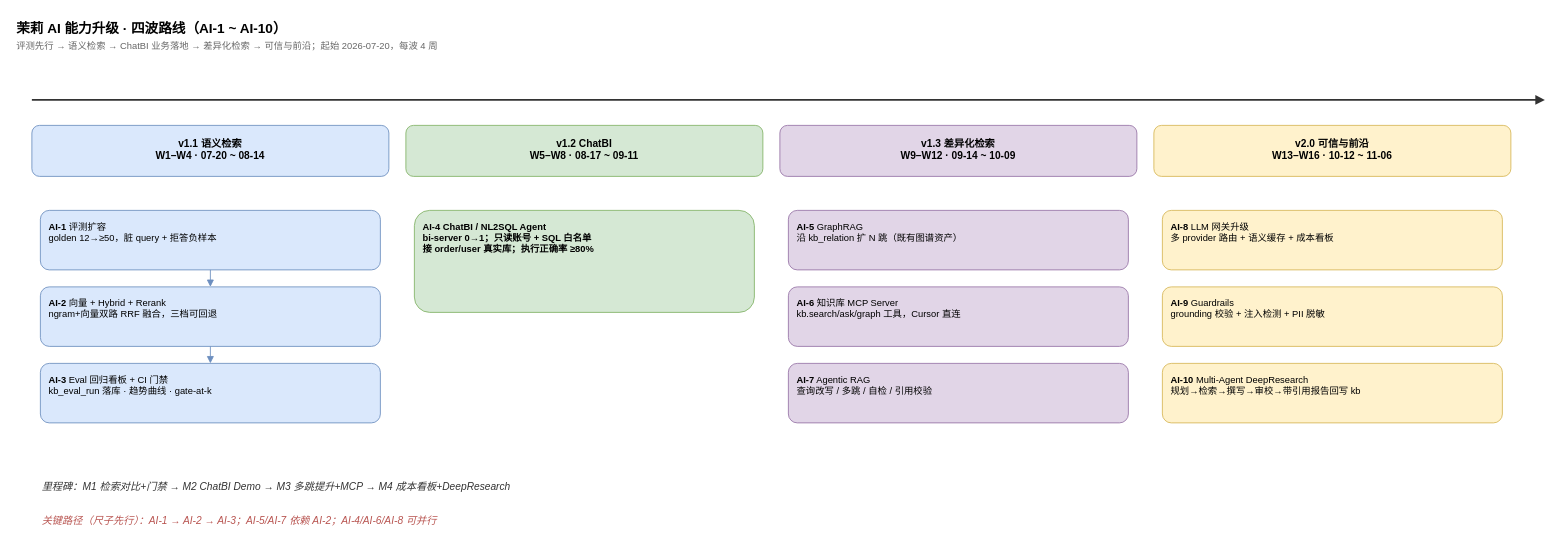
Before: docs/diagrams/moli-ai-capability-roadmap.drawio in wujinsen/moli-project-distribute, a draw.io diagram. Source tidied: cells renumbered, new cells numbered last; positions are measured from the earlier drawing's top-left corner, leaving out a move shared by most shapes. Both pictures are drawn from the tidied source at 85%, with x=0, y=0 at pixel (14, 14).
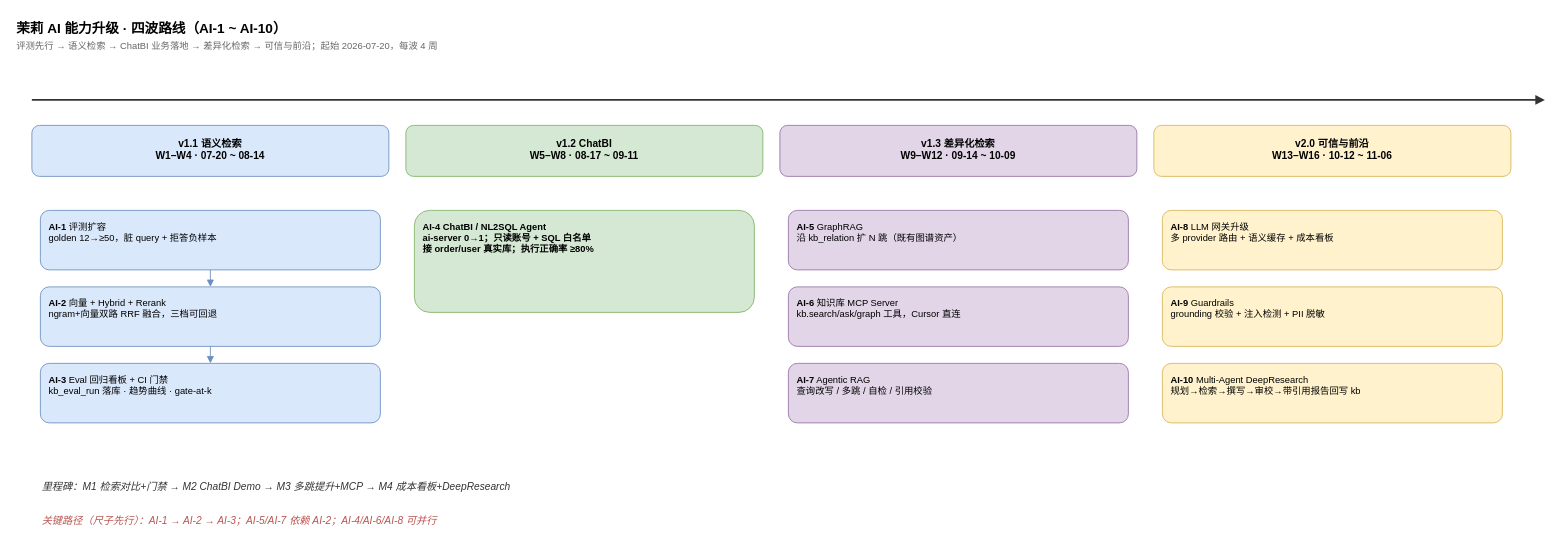
After the change.

The edit, as a diff of the source:
```diff
@@
-    <mxCell id="11" value="&lt;b&gt;AI-4&lt;/b&gt; ChatBI / NL2SQL Agent&#10;bi-server 0→1；只读账号 + SQL 白名单&#10;接 order/user 真实库；执行正确率 ≥80%" style="rounded=1;whiteSpace=wrap;html=1;fillColor=#d5e8d4;strokeColor=#82b366;align=left;verticalAlign=top;spacingLeft=8;spacingTop=6;fontSize=11;fontStyle=1;" parent="1" vertex="1">
+    <mxCell id="11" value="&lt;b&gt;AI-4&lt;/b&gt; ChatBI / NL2SQL Agent&#10;ai-server 0→1；只读账号 + SQL 白名单&#10;接 order/user 真实库；执行正确率 ≥80%" style="rounded=1;whiteSpace=wrap;html=1;fillColor=#d5e8d4;strokeColor=#82b366;align=left;verticalAlign=top;spacingLeft=8;spacingTop=6;fontSize=11;fontStyle=1;" parent="1" vertex="1">
       <mxGeometry x="470" y="230" width="400" height="120" as="geometry" />
     </mxCell>
```
